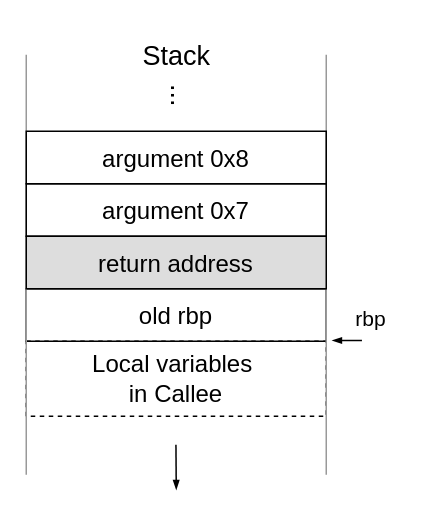
Earlier version of the draw.io diagram page "parameter-addressing-plain" (7 of 9) of figures/drawio/r2c.drawio (fberlakovich/dissertation). Source tidied: cells renumbered, new cells numbered last; positions are measured from the earlier drawing's top-left corner, leaving out a move shared by most shapes. Both pictures are drawn from the tidied source at 150%, with x=0, y=0 at pixel (26, 26).
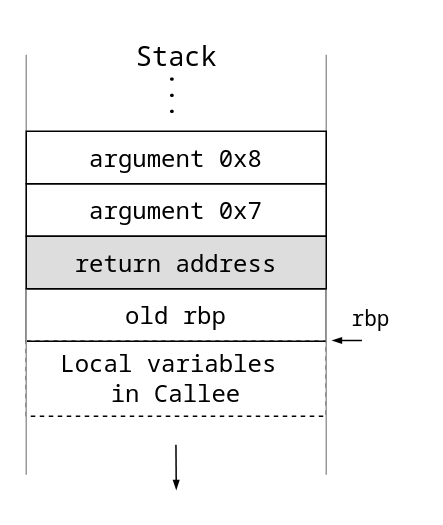
The same page after the edit.

Change to the diagram source:
```diff
@@
 <mxGraphModel>
   <root>
     <mxCell id="0" />
     <mxCell id="1" parent="0" />
-    <mxCell id="2" value="&lt;span style=&quot;color: rgb(0, 0, 0);&quot;&gt;Local variables&amp;nbsp;&lt;/span&gt;&lt;div&gt;&lt;span style=&quot;color: rgb(0, 0, 0);&quot;&gt;in Callee&lt;/span&gt;&lt;/div&gt;" style="rounded=0;whiteSpace=wrap;html=1;shadow=0;strokeColor=default;strokeWidth=1;fontFamily=Fira Code;fontSize=16;fontColor=#C00000;fillColor=none;gradientColor=none;fontStyle=0;dashed=1;" parent="1" vertex="1">
+    <mxCell id="2" value="&lt;span style=&quot;color: rgb(0, 0, 0);&quot;&gt;Local variables&amp;nbsp;&lt;/span&gt;&lt;div&gt;&lt;span style=&quot;color: rgb(0, 0, 0);&quot;&gt;in Callee&lt;/span&gt;&lt;/div&gt;" style="rounded=0;whiteSpace=wrap;html=1;shadow=0;strokeColor=default;strokeWidth=1;fontFamily=Noto Sans Mono;fontSize=16;fontColor=#C00000;fillColor=none;gradientColor=none;fontStyle=0;dashed=1;" parent="1" vertex="1">
       <mxGeometry y="210" width="200" height="50" as="geometry" />
     </mxCell>
-    <mxCell id="3" value="old rbp" style="rounded=0;whiteSpace=wrap;html=1;shadow=0;strokeColor=default;strokeWidth=1;fontFamily=Fira Code;fontSize=16;fontColor=default;fillColor=none;fillStyle=solid;" parent="1" vertex="1">
+    <mxCell id="3" value="old rbp" style="rounded=0;whiteSpace=wrap;html=1;shadow=0;strokeColor=default;strokeWidth=1;fontFamily=Noto Sans Mono;fontSize=16;fontColor=default;fillColor=none;fillStyle=solid;" parent="1" vertex="1">
       <mxGeometry y="175" width="200" height="35" as="geometry" />
     </mxCell>
-    <mxCell id="4" style="endArrow=none;html=1;rounded=1;strokeColor=#999999;fontFamily=Fira Code;fontSize=18;" parent="1" edge="1">
+    <mxCell id="4" style="endArrow=none;html=1;rounded=1;strokeColor=#999999;fontFamily=Noto Sans Mono;fontSize=18;" parent="1" edge="1">
       <mxGeometry relative="1" as="geometry">
         <mxPoint y="299" as="sourcePoint" />
         <mxPoint y="19" as="targetPoint" />
       </mxGeometry>
     </mxCell>
-    <mxCell id="5" value="Stack" style="text;html=1;align=center;verticalAlign=middle;strokeColor=none;fillColor=none;fontFamily=Fira Code;fontSize=18;fontColor=default;fontStyle=0;" parent="1" vertex="1">
+    <mxCell id="5" value="Stack" style="text;html=1;align=center;verticalAlign=middle;strokeColor=none;fillColor=none;fontFamily=Noto Sans Mono;fontSize=18;fontColor=default;fontStyle=0;" parent="1" vertex="1">
       <mxGeometry x="60" width="80" height="40" as="geometry" />
     </mxCell>
-    <mxCell id="6" value="..." style="text;html=1;align=center;verticalAlign=top;strokeColor=none;fillColor=none;fontFamily=Fira Code;fontSize=18;fontColor=default;rotation=90;" parent="1" vertex="1">
+    <mxCell id="6" value="..." style="text;html=1;align=center;verticalAlign=top;strokeColor=none;fillColor=none;fontFamily=Noto Sans Mono;fontSize=18;fontColor=default;rotation=90;" parent="1" vertex="1">
       <mxGeometry x="70" y="26" width="60" height="40" as="geometry" />
     </mxCell>
-    <mxCell id="7" style="endArrow=blockThin;html=1;rounded=1;strokeColor=#000000;fontFamily=Fira Code;fontSize=16;endFill=1;endSize=4;" parent="1" edge="1">
+    <mxCell id="7" style="endArrow=blockThin;html=1;rounded=1;strokeColor=#000000;fontFamily=Noto Sans Mono;fontSize=16;endFill=1;endSize=4;" parent="1" edge="1">
       <mxGeometry relative="1" as="geometry">
         <mxPoint x="99.8" y="279" as="sourcePoint" />
         <mxPoint x="100" y="309" as="targetPoint" />
       </mxGeometry>
     </mxCell>
-    <mxCell id="8" style="endArrow=none;html=1;rounded=1;strokeColor=#999999;fontFamily=Fira Code;fontSize=18;" parent="1" edge="1">
+    <mxCell id="8" style="endArrow=none;html=1;rounded=1;strokeColor=#999999;fontFamily=Noto Sans Mono;fontSize=18;" parent="1" edge="1">
       <mxGeometry relative="1" as="geometry">
         <mxPoint x="200" y="299" as="sourcePoint" />
         <mxPoint x="200" y="19" as="targetPoint" />
       </mxGeometry>
     </mxCell>
-    <mxCell id="9" value="&lt;span style=&quot;color: rgb(0, 0, 0);&quot;&gt;return address&lt;/span&gt;" style="rounded=0;whiteSpace=wrap;html=1;shadow=0;strokeColor=default;strokeWidth=1;fontFamily=Fira Code;fontSize=16;fontColor=#C00000;fillColor=#DDDDDD;gradientColor=none;fontStyle=0;" parent="1" vertex="1">
+    <mxCell id="9" value="&lt;span style=&quot;color: rgb(0, 0, 0);&quot;&gt;return address&lt;/span&gt;" style="rounded=0;whiteSpace=wrap;html=1;shadow=0;strokeColor=default;strokeWidth=1;fontFamily=Noto Sans Mono;fontSize=16;fontColor=#C00000;fillColor=#DDDDDD;gradientColor=none;fontStyle=0;" parent="1" vertex="1">
       <mxGeometry y="140" width="200" height="35" as="geometry" />
     </mxCell>
-    <mxCell id="10" value="&lt;span style=&quot;color: rgb(0, 0, 0);&quot;&gt;argument 0x7&lt;/span&gt;" style="rounded=0;whiteSpace=wrap;html=1;shadow=0;strokeColor=default;strokeWidth=1;fontFamily=Fira Code;fontSize=16;fontColor=#C00000;fillColor=none;gradientColor=none;fontStyle=0;" parent="1" vertex="1">
+    <mxCell id="10" value="&lt;span style=&quot;color: rgb(0, 0, 0);&quot;&gt;argument 0x7&lt;/span&gt;" style="rounded=0;whiteSpace=wrap;html=1;shadow=0;strokeColor=default;strokeWidth=1;fontFamily=Noto Sans Mono;fontSize=16;fontColor=#C00000;fillColor=none;gradientColor=none;fontStyle=0;" parent="1" vertex="1">
       <mxGeometry y="105" width="200" height="35" as="geometry" />
     </mxCell>
-    <mxCell id="11" value="&lt;span style=&quot;color: rgb(0, 0, 0);&quot;&gt;argument 0x8&lt;/span&gt;" style="rounded=0;whiteSpace=wrap;html=1;shadow=0;strokeColor=default;strokeWidth=1;fontFamily=Fira Code;fontSize=16;fontColor=#C00000;fillColor=none;gradientColor=none;fontStyle=0;" parent="1" vertex="1">
+    <mxCell id="11" value="&lt;span style=&quot;color: rgb(0, 0, 0);&quot;&gt;argument 0x8&lt;/span&gt;" style="rounded=0;whiteSpace=wrap;html=1;shadow=0;strokeColor=default;strokeWidth=1;fontFamily=Noto Sans Mono;fontSize=16;fontColor=#C00000;fillColor=none;gradientColor=none;fontStyle=0;" parent="1" vertex="1">
       <mxGeometry y="70" width="200" height="35" as="geometry" />
     </mxCell>
-    <mxCell id="12" style="endArrow=blockThin;html=1;rounded=1;strokeColor=#000000;fontFamily=Fira Code;fontSize=16;endFill=1;endSize=4;" parent="1" edge="1">
+    <mxCell id="12" style="endArrow=blockThin;html=1;rounded=1;strokeColor=#000000;fontFamily=Noto Sans Mono;fontSize=16;endFill=1;endSize=4;" parent="1" edge="1">
       <mxGeometry relative="1" as="geometry">
         <mxPoint x="223.8" y="209.5" as="sourcePoint" />
         <mxPoint x="204" y="209.5" as="targetPoint" />
       </mxGeometry>
     </mxCell>
-    <mxCell id="13" value="rbp" style="text;html=1;whiteSpace=wrap;strokeColor=none;fillColor=none;align=center;verticalAlign=middle;rounded=0;fontFamily=Fira Code;fontSize=14;fontColor=default;" parent="1" vertex="1">
+    <mxCell id="13" value="rbp" style="text;html=1;whiteSpace=wrap;strokeColor=none;fillColor=none;align=center;verticalAlign=middle;rounded=0;fontFamily=Noto Sans Mono;fontSize=14;fontColor=default;" parent="1" vertex="1">
       <mxGeometry x="200" y="180" width="60" height="30" as="geometry" />
     </mxCell>
   </root>
 </mxGraphModel>
```
